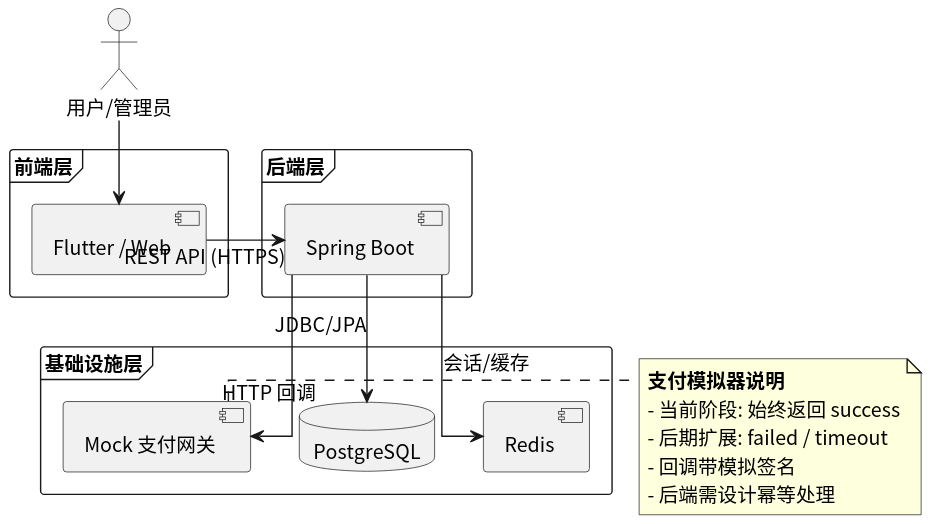
greenhandzdl/charging-station-doc keeps this PlantUML diagram as usecase/docs/containerd/img/deployment_overview.svg. Above is the earlier version.
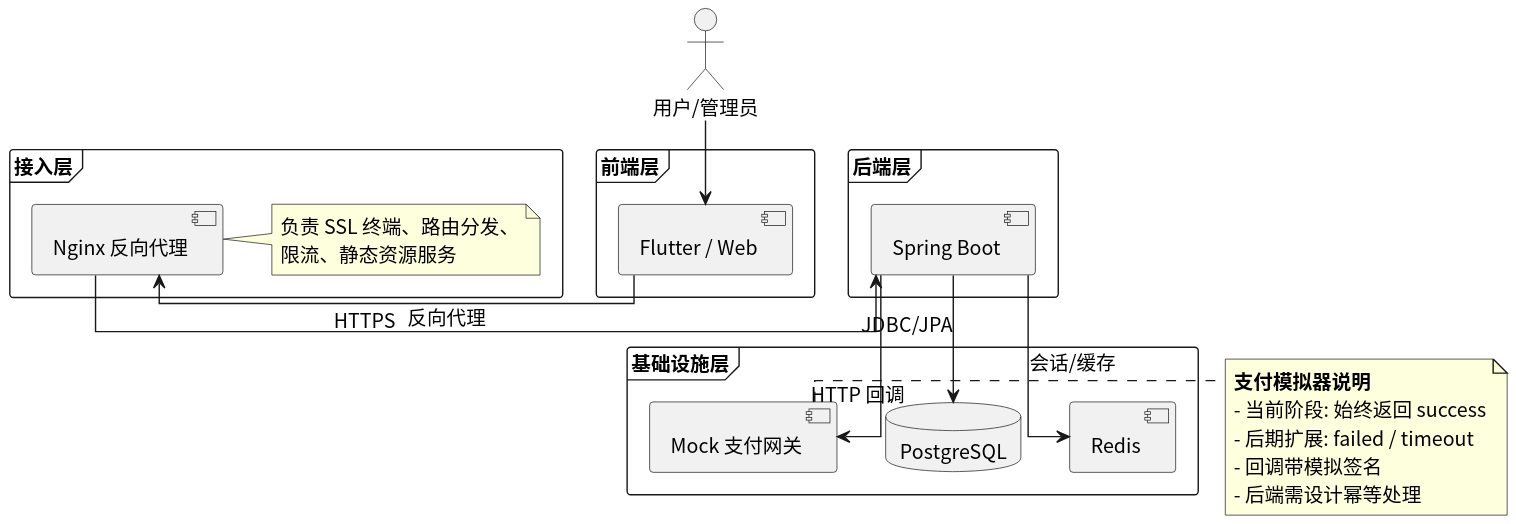
Later version of the same file.

What changed in the source:
```diff
@@ -7,6 +7,14 @@
 
 frame "前端层" {
   component "Flutter / Web" as FE
+}
+
+frame "接入层" {
+  component "Nginx 反向代理" as NGX
+  note right of NGX
+    负责 SSL 终端、路由分发、
+    限流、静态资源服务
+  end note
 }
 
 frame "后端层" {
@@ -20,7 +28,8 @@
 }
 
 UA --> FE
-FE -right-> BE : REST API (HTTPS)
+FE -right-> NGX : HTTPS
+NGX -right-> BE : 反向代理
 BE -down-> DB : JDBC/JPA
 BE -right-> MOCK : HTTP 回调
 BE -down-> CACHE : 会话/缓存
```
